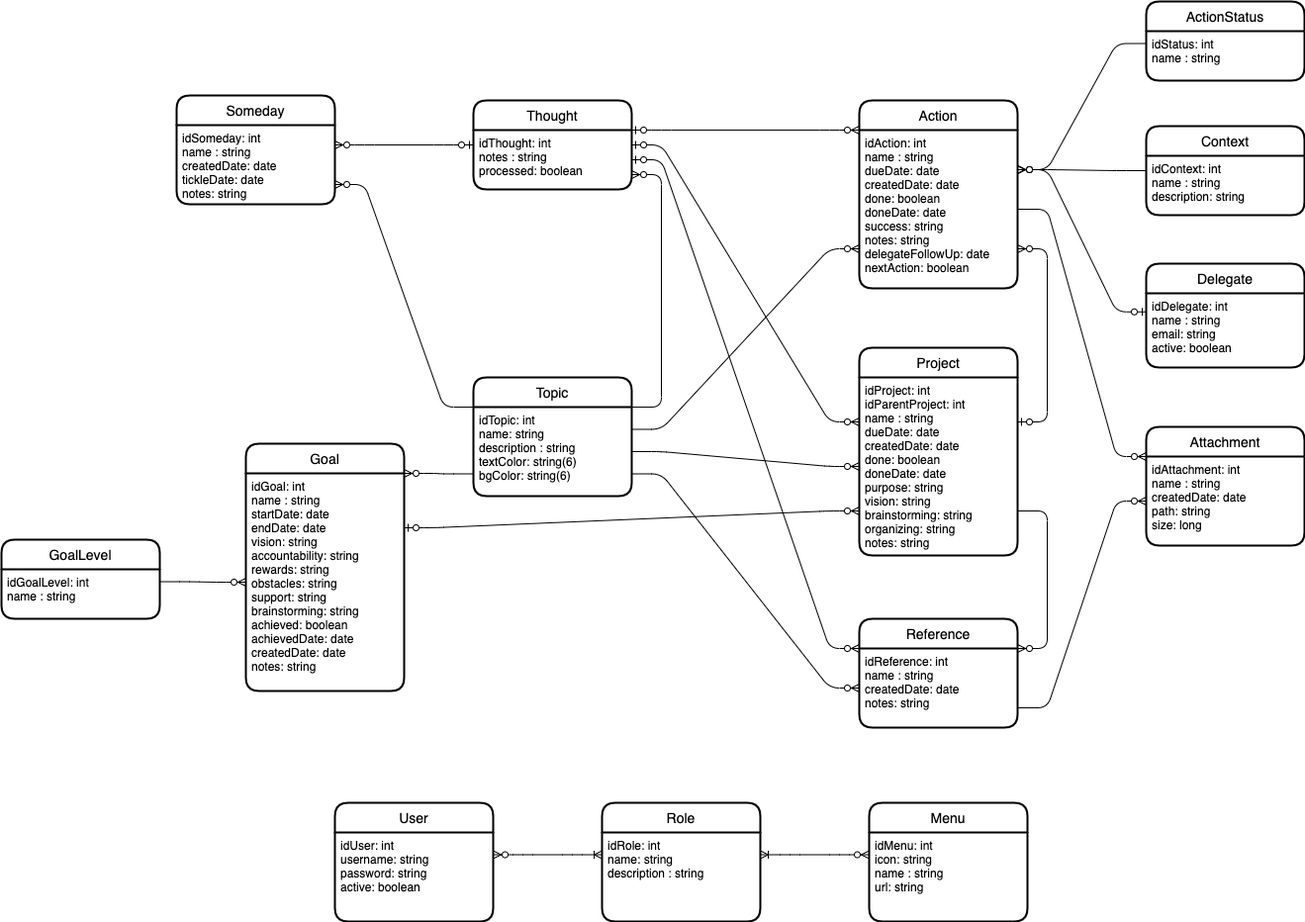
Before: documentacion/Modelo.png, a diagram exported from draw.io (nicolas-parrado/escalab-spring-proyecto-final). Source tidied: cells renumbered, new cells last; positions are measured from the earlier drawing's top-left corner, leaving out a move shared by most shapes.
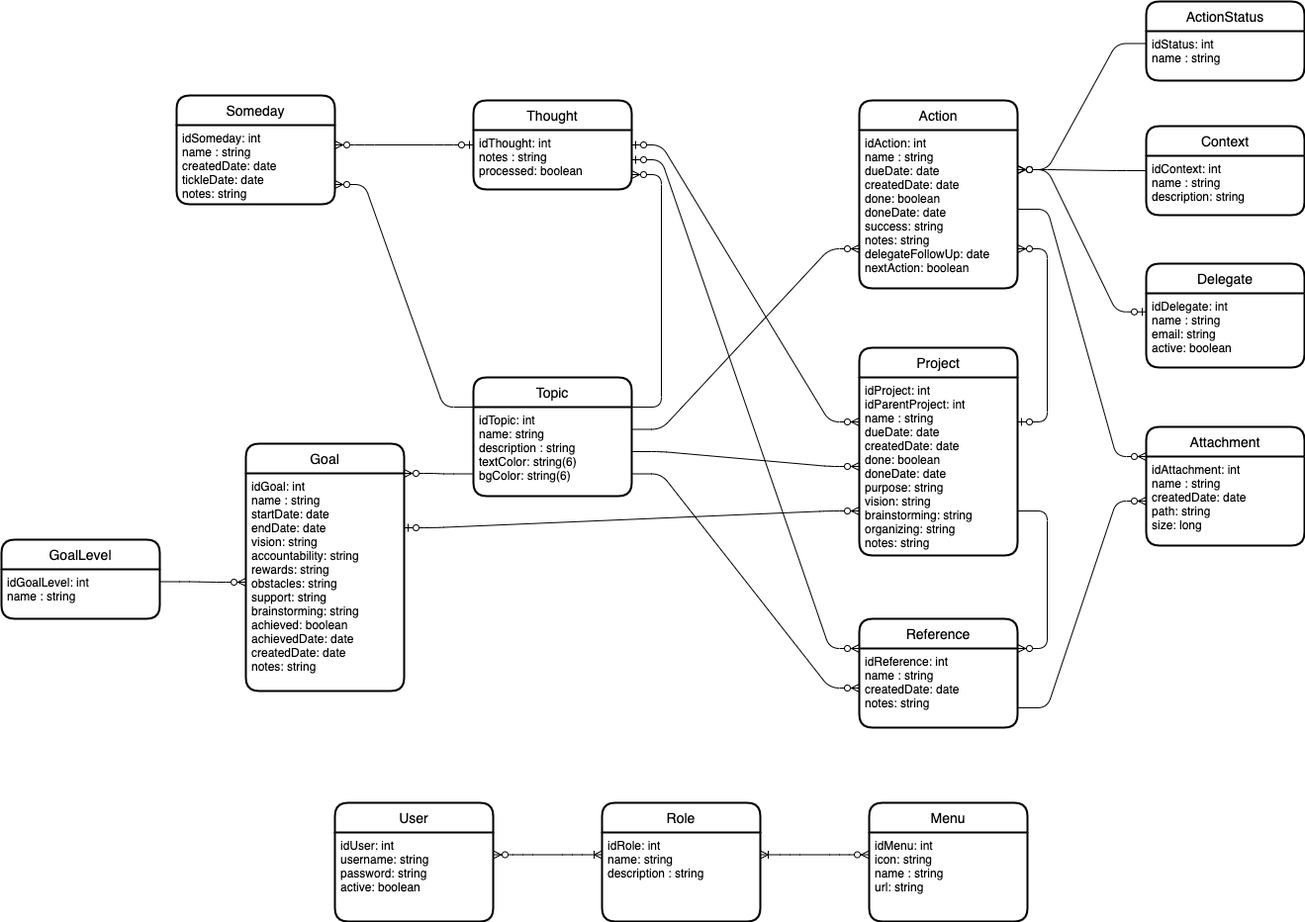
The same file after the commit.

Change to the diagram source:
```diff
@@ -74,9 +74,6 @@
     <mxCell id="25" value="idAction: int&#10;name : string&#10;dueDate: date&#10;createdDate: date&#10;done: boolean&#10;doneDate: date&#10;success: string&#10;notes: string&#10;delegateFollowUp: date&#10;nextAction: boolean" style="align=left;strokeColor=none;fillColor=none;spacingLeft=4;fontSize=12;verticalAlign=top;" parent="24" vertex="1">
       <mxGeometry y="30" width="160" height="160" as="geometry" />
     </mxCell>
-    <mxCell id="26" style="edgeStyle=entityRelationEdgeStyle;fontSize=12;html=1;endArrow=ERzeroToMany;startArrow=ERzeroToOne;entryX=0;entryY=0;entryDx=0;entryDy=0;exitX=1;exitY=0;exitDx=0;exitDy=0;" parent="1" edge="1" source="3" target="25">
-      <mxGeometry relative="1" as="geometry" />
-    </mxCell>
     <mxCell id="27" style="edgeStyle=entityRelationEdgeStyle;fontSize=12;html=1;endArrow=ERzeroToMany;endFill=1;exitX=1;exitY=0.25;exitDx=0;exitDy=0;entryX=0;entryY=0.75;entryDx=0;entryDy=0;" parent="1" edge="1" source="9" target="25">
       <mxGeometry relative="1" as="geometry" />
     </mxCell>
```
